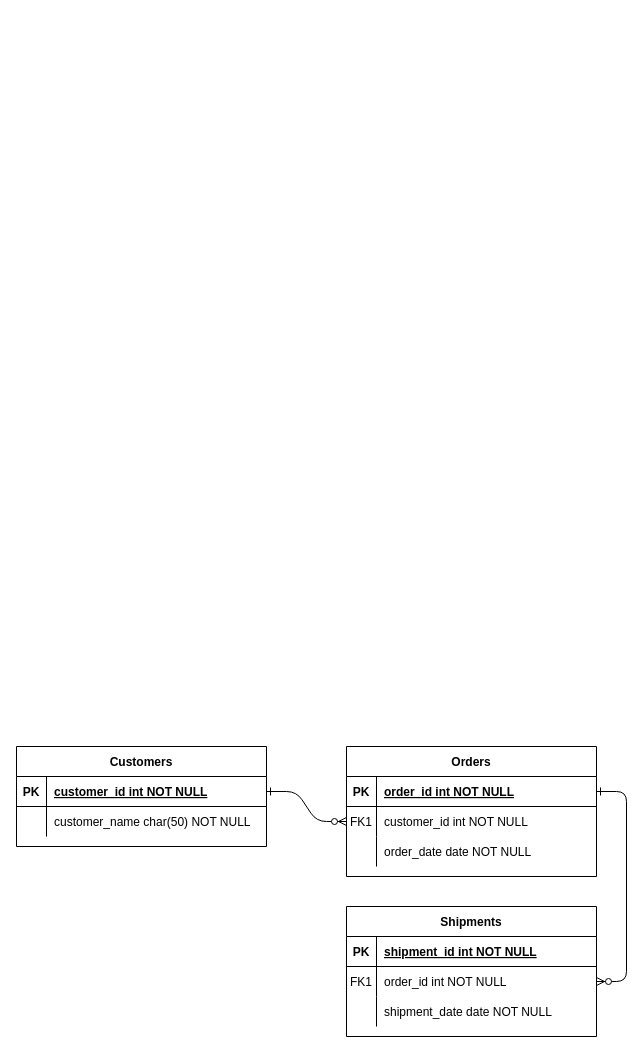
Earlier version of the draw.io diagram TraspasosSubalmacenes.drawio (ErnestoDanielTafoyaMolinaCYM/clases-cat-cym). Source tidied: cells renumbered, new cells numbered last; positions are measured from the earlier drawing's top-left corner, leaving out a move shared by most shapes. Both pictures are drawn from the tidied source at 100%, with x=0, y=0 at pixel (16, 746).
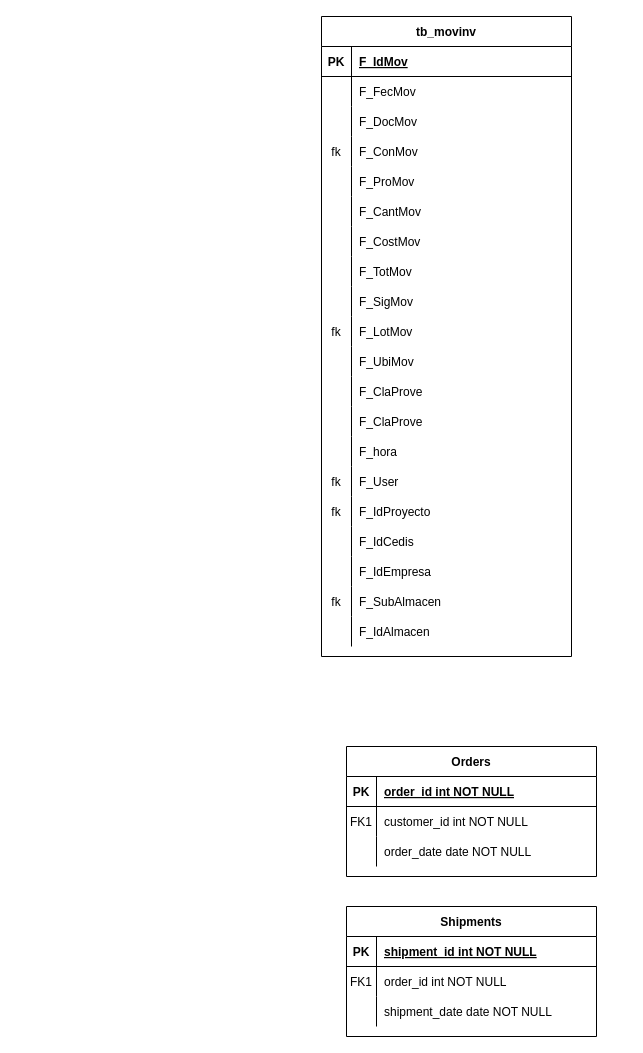
The same page after the edit.

The change refers to these unchanged cells:
```xml
<mxCell id="5" style="shape=partialRectangle;fillColor=none;points=[[0,0.5],[1,0.5]];portConstraint=eastwest;top=0;left=0;right=0;bottom=1;" parent="4" vertex="1">
  <mxGeometry y="30" width="250" height="30" as="geometry" />
</mxCell>
<mxCell id="8" style="shape=partialRectangle;fillColor=none;points=[[0,0.5],[1,0.5]];portConstraint=eastwest;top=0;left=0;right=0;bottom=0;" parent="4" vertex="1">
  <mxGeometry y="60" width="250" height="30" as="geometry" />
</mxCell>
<mxCell id="18" style="shape=partialRectangle;fillColor=none;points=[[0,0.5],[1,0.5]];portConstraint=eastwest;top=0;left=0;right=0;bottom=0;" parent="14" vertex="1">
  <mxGeometry y="60" width="250" height="30" as="geometry" />
</mxCell>
<mxCell id="25" style="shape=partialRectangle;fillColor=none;points=[[0,0.5],[1,0.5]];portConstraint=eastwest;top=0;left=0;right=0;bottom=1;" parent="24" vertex="1">
  <mxGeometry y="30" width="250" height="30" as="geometry" />
</mxCell>
<mxCell id="28" style="shape=partialRectangle;fillColor=none;top=0;left=0;right=0;bottom=0;" parent="24" vertex="1">
  <mxGeometry y="60" width="250" height="30" as="geometry" />
</mxCell>
```

The edit, as a diff of the source:
```diff
@@
-    <mxCell id="2" style="edgeStyle=entityRelationEdgeStyle;endArrow=ERzeroToMany;startArrow=ERone;endFill=1;startFill=0;" parent="1" edge="1" source="25" target="8">
-      <mxGeometry relative="1" as="geometry" />
-    </mxCell>
-    <mxCell id="3" style="edgeStyle=entityRelationEdgeStyle;endArrow=ERzeroToMany;startArrow=ERone;endFill=1;startFill=0;" parent="1" edge="1" source="5" target="18">
-      <mxGeometry relative="1" as="geometry" />
-    </mxCell>
@@
-    <mxCell id="24" value="Customers" style="shape=table;startSize=30;childLayout=tableLayout;rowLines=0;fontStyle=1;align=center;" parent="1" vertex="1">
-      <mxGeometry width="250" height="100" as="geometry" />
+    <mxCell id="24" value="tb_movinv" style="shape=table;startSize=30;childLayout=tableLayout;rowLines=0;fontStyle=1;align=center;" parent="1" vertex="1">
+      <mxGeometry x="305" y="-730" width="250" height="640" as="geometry" />
     </mxCell>
@@
-    <mxCell id="27" value="customer_id int NOT NULL " style="shape=partialRectangle;overflow=hidden;fillColor=none;top=0;left=0;bottom=0;right=0;align=left;spacingLeft=6;fontStyle=5;" parent="25" vertex="1">
+    <mxCell id="27" value="F_IdMov" style="shape=partialRectangle;overflow=hidden;fillColor=none;top=0;left=0;bottom=0;right=0;align=left;spacingLeft=6;fontStyle=5;" parent="25" vertex="1">
       <mxGeometry x="30" width="220" height="30" as="geometry" />
     </mxCell>
@@
-    <mxCell id="30" value="customer_name char(50) NOT NULL" style="shape=partialRectangle;overflow=hidden;fillColor=none;top=0;left=0;bottom=0;right=0;align=left;spacingLeft=6;" parent="28" vertex="1">
+    <mxCell id="30" value="F_FecMov" style="shape=partialRectangle;overflow=hidden;fillColor=none;top=0;left=0;bottom=0;right=0;align=left;spacingLeft=6;" parent="28" vertex="1">
       <mxGeometry x="30" width="220" height="30" as="geometry" />
     </mxCell>
+    <mxCell id="31" style="shape=partialRectangle;fillColor=none;top=0;left=0;right=0;bottom=0;" parent="24" vertex="1">
+      <mxGeometry y="90" width="250" height="30" as="geometry" />
+    </mxCell>
+    <mxCell id="32" style="shape=partialRectangle;overflow=hidden;fillColor=none;top=0;left=0;bottom=0;right=0;" parent="31" vertex="1">
+      <mxGeometry width="30" height="30" as="geometry" />
+    </mxCell>
+    <mxCell id="33" value="F_DocMov" style="shape=partialRectangle;overflow=hidden;fillColor=none;top=0;left=0;bottom=0;right=0;align=left;spacingLeft=6;" parent="31" vertex="1">
+      <mxGeometry x="30" width="220" height="30" as="geometry" />
+    </mxCell>
+    <mxCell id="34" style="shape=partialRectangle;fillColor=none;top=0;left=0;right=0;bottom=0;" parent="24" vertex="1">
+      <mxGeometry y="120" width="250" height="30" as="geometry" />
+    </mxCell>
+    <mxCell id="35" value="fk" style="shape=partialRectangle;overflow=hidden;fillColor=none;top=0;left=0;bottom=0;right=0;" parent="34" vertex="1">
+      <mxGeometry width="30" height="30" as="geometry" />
+    </mxCell>
+    <mxCell id="36" value="F_ConMov" style="shape=partialRectangle;overflow=hidden;fillColor=none;top=0;left=0;bottom=0;right=0;align=left;spacingLeft=6;" parent="34" vertex="1">
+      <mxGeometry x="30" width="220" height="30" as="geometry" />
+    </mxCell>
+    <mxCell id="37" style="shape=partialRectangle;fillColor=none;top=0;left=0;right=0;bottom=0;" parent="24" vertex="1">
+      <mxGeometry y="150" width="250" height="30" as="geometry" />
+    </mxCell>
+    <mxCell id="38" style="shape=partialRectangle;overflow=hidden;fillColor=none;top=0;left=0;bottom=0;right=0;" parent="37" vertex="1">
+      <mxGeometry width="30" height="30" as="geometry" />
+    </mxCell>
+    <mxCell id="39" value="F_ProMov" style="shape=partialRectangle;overflow=hidden;fillColor=none;top=0;left=0;bottom=0;right=0;align=left;spacingLeft=6;" parent="37" vertex="1">
+      <mxGeometry x="30" width="220" height="30" as="geometry" />
+    </mxCell>
+    <mxCell id="40" style="shape=partialRectangle;fillColor=none;top=0;left=0;right=0;bottom=0;" parent="24" vertex="1">
+      <mxGeometry y="180" width="250" height="30" as="geometry" />
+    </mxCell>
+    <mxCell id="41" style="shape=partialRectangle;overflow=hidden;fillColor=none;top=0;left=0;bottom=0;right=0;" parent="40" vertex="1">
+      <mxGeometry width="30" height="30" as="geometry" />
+    </mxCell>
+    <mxCell id="42" value="F_CantMov" style="shape=partialRectangle;overflow=hidden;fillColor=none;top=0;left=0;bottom=0;right=0;align=left;spacingLeft=6;" parent="40" vertex="1">
+      <mxGeometry x="30" width="220" height="30" as="geometry" />
+    </mxCell>
+    <mxCell id="43" style="shape=partialRectangle;fillColor=none;top=0;left=0;right=0;bottom=0;" parent="24" vertex="1">
+      <mxGeometry y="210" width="250" height="30" as="geometry" />
+    </mxCell>
+    <mxCell id="44" style="shape=partialRectangle;overflow=hidden;fillColor=none;top=0;left=0;bottom=0;right=0;" parent="43" vertex="1">
+      <mxGeometry width="30" height="30" as="geometry" />
+    </mxCell>
+    <mxCell id="45" value="F_CostMov" style="shape=partialRectangle;overflow=hidden;fillColor=none;top=0;left=0;bottom=0;right=0;align=left;spacingLeft=6;" parent="43" vertex="1">
+      <mxGeometry x="30" width="220" height="30" as="geometry" />
+    </mxCell>
+    <mxCell id="46" style="shape=partialRectangle;fillColor=none;top=0;left=0;right=0;bottom=0;" parent="24" vertex="1">
+      <mxGeometry y="240" width="250" height="30" as="geometry" />
+    </mxCell>
+    <mxCell id="47" style="shape=partialRectangle;overflow=hidden;fillColor=none;top=0;left=0;bottom=0;right=0;" parent="46" vertex="1">
+      <mxGeometry width="30" height="30" as="geometry" />
+    </mxCell>
+    <mxCell id="48" value="F_TotMov" style="shape=partialRectangle;overflow=hidden;fillColor=none;top=0;left=0;bottom=0;right=0;align=left;spacingLeft=6;" parent="46" vertex="1">
+      <mxGeometry x="30" width="220" height="30" as="geometry" />
+    </mxCell>
+    <mxCell id="49" style="shape=partialRectangle;fillColor=none;top=0;left=0;right=0;bottom=0;" parent="24" vertex="1">
+      <mxGeometry y="270" width="250" height="30" as="geometry" />
+    </mxCell>
+    <mxCell id="50" style="shape=partialRectangle;overflow=hidden;fillColor=none;top=0;left=0;bottom=0;right=0;" parent="49" vertex="1">
+      <mxGeometry width="30" height="30" as="geometry" />
+    </mxCell>
+    <mxCell id="51" value="F_SigMov" style="shape=partialRectangle;overflow=hidden;fillColor=none;top=0;left=0;bottom=0;right=0;align=left;spacingLeft=6;" parent="49" vertex="1">
+      <mxGeometry x="30" width="220" height="30" as="geometry" />
+    </mxCell>
+    <mxCell id="52" style="shape=partialRectangle;fillColor=none;top=0;left=0;right=0;bottom=0;" parent="24" vertex="1">
+      <mxGeometry y="300" width="250" height="30" as="geometry" />
+    </mxCell>
+    <mxCell id="53" value="fk" style="shape=partialRectangle;overflow=hidden;fillColor=none;top=0;left=0;bottom=0;right=0;" parent="52" vertex="1">
+      <mxGeometry width="30" height="30" as="geometry" />
+    </mxCell>
+    <mxCell id="54" value="F_LotMov" style="shape=partialRectangle;overflow=hidden;fillColor=none;top=0;left=0;bottom=0;right=0;align=left;spacingLeft=6;" parent="52" vertex="1">
+      <mxGeometry x="30" width="220" height="30" as="geometry" />
+    </mxCell>
+    <mxCell id="55" style="shape=partialRectangle;fillColor=none;top=0;left=0;right=0;bottom=0;" parent="24" vertex="1">
+      <mxGeometry y="330" width="250" height="30" as="geometry" />
+    </mxCell>
+    <mxCell id="56" style="shape=partialRectangle;overflow=hidden;fillColor=none;top=0;left=0;bottom=0;right=0;" parent="55" vertex="1">
+      <mxGeometry width="30" height="30" as="geometry" />
+    </mxCell>
+    <mxCell id="57" value="F_UbiMov" style="shape=partialRectangle;overflow=hidden;fillColor=none;top=0;left=0;bottom=0;right=0;align=left;spacingLeft=6;" parent="55" vertex="1">
+      <mxGeometry x="30" width="220" height="30" as="geometry" />
+    </mxCell>
+    <mxCell id="58" style="shape=partialRectangle;fillColor=none;top=0;left=0;right=0;bottom=0;" parent="24" vertex="1">
+      <mxGeometry y="360" width="250" height="30" as="geometry" />
+    </mxCell>
+    <mxCell id="59" style="shape=partialRectangle;overflow=hidden;fillColor=none;top=0;left=0;bottom=0;right=0;" parent="58" vertex="1">
+      <mxGeometry width="30" height="30" as="geometry" />
+    </mxCell>
+    <mxCell id="60" value="F_ClaProve" style="shape=partialRectangle;overflow=hidden;fillColor=none;top=0;left=0;bottom=0;right=0;align=left;spacingLeft=6;" parent="58" vertex="1">
+      <mxGeometry x="30" width="220" height="30" as="geometry" />
+    </mxCell>
+    <mxCell id="61" style="shape=partialRectangle;fillColor=none;top=0;left=0;right=0;bottom=0;" parent="24" vertex="1">
+      <mxGeometry y="390" width="250" height="30" as="geometry" />
+    </mxCell>
+    <mxCell id="62" style="shape=partialRectangle;overflow=hidden;fillColor=none;top=0;left=0;bottom=0;right=0;" parent="61" vertex="1">
+      <mxGeometry width="30" height="30" as="geometry" />
+    </mxCell>
+    <mxCell id="63" value="F_ClaProve" style="shape=partialRectangle;overflow=hidden;fillColor=none;top=0;left=0;bottom=0;right=0;align=left;spacingLeft=6;" parent="61" vertex="1">
+      <mxGeometry x="30" width="220" height="30" as="geometry" />
+    </mxCell>
+    <mxCell id="64" style="shape=partialRectangle;fillColor=none;top=0;left=0;right=0;bottom=0;" parent="24" vertex="1">
+      <mxGeometry y="420" width="250" height="30" as="geometry" />
+    </mxCell>
+    <mxCell id="65" style="shape=partialRectangle;overflow=hidden;fillColor=none;top=0;left=0;bottom=0;right=0;" parent="64" vertex="1">
+      <mxGeometry width="30" height="30" as="geometry" />
+    </mxCell>
+    <mxCell id="66" value="F_hora" style="shape=partialRectangle;overflow=hidden;fillColor=none;top=0;left=0;bottom=0;right=0;align=left;spacingLeft=6;" parent="64" vertex="1">
+      <mxGeometry x="30" width="220" height="30" as="geometry" />
+    </mxCell>
+    <mxCell id="67" style="shape=partialRectangle;fillColor=none;top=0;left=0;right=0;bottom=0;" parent="24" vertex="1">
+      <mxGeometry y="450" width="250" height="30" as="geometry" />
+    </mxCell>
+    <mxCell id="68" value="fk" style="shape=partialRectangle;overflow=hidden;fillColor=none;top=0;left=0;bottom=0;right=0;" parent="67" vertex="1">
+      <mxGeometry width="30" height="30" as="geometry" />
+    </mxCell>
+    <mxCell id="69" value="F_User" style="shape=partialRectangle;overflow=hidden;fillColor=none;top=0;left=0;bottom=0;right=0;align=left;spacingLeft=6;" parent="67" vertex="1">
+      <mxGeometry x="30" width="220" height="30" as="geometry" />
+    </mxCell>
+    <mxCell id="70" style="shape=partialRectangle;fillColor=none;top=0;left=0;right=0;bottom=0;" parent="24" vertex="1">
+      <mxGeometry y="480" width="250" height="30" as="geometry" />
+    </mxCell>
+    <mxCell id="71" value="fk" style="shape=partialRectangle;overflow=hidden;fillColor=none;top=0;left=0;bottom=0;right=0;" parent="70" vertex="1">
+      <mxGeometry width="30" height="30" as="geometry" />
+    </mxCell>
+    <mxCell id="72" value="F_IdProyecto" style="shape=partialRectangle;overflow=hidden;fillColor=none;top=0;left=0;bottom=0;right=0;align=left;spacingLeft=6;" parent="70" vertex="1">
+      <mxGeometry x="30" width="220" height="30" as="geometry" />
+    </mxCell>
+    <mxCell id="73" style="shape=partialRectangle;fillColor=none;top=0;left=0;right=0;bottom=0;" parent="24" vertex="1">
+      <mxGeometry y="510" width="250" height="30" as="geometry" />
+    </mxCell>
+    <mxCell id="74" style="shape=partialRectangle;overflow=hidden;fillColor=none;top=0;left=0;bottom=0;right=0;" parent="73" vertex="1">
+      <mxGeometry width="30" height="30" as="geometry" />
+    </mxCell>
+    <mxCell id="75" value="F_IdCedis" style="shape=partialRectangle;overflow=hidden;fillColor=none;top=0;left=0;bottom=0;right=0;align=left;spacingLeft=6;" parent="73" vertex="1">
+      <mxGeometry x="30" width="220" height="30" as="geometry" />
+    </mxCell>
+    <mxCell id="76" style="shape=partialRectangle;fillColor=none;top=0;left=0;right=0;bottom=0;" parent="24" vertex="1">
+      <mxGeometry y="540" width="250" height="30" as="geometry" />
+    </mxCell>
+    <mxCell id="77" style="shape=partialRectangle;overflow=hidden;fillColor=none;top=0;left=0;bottom=0;right=0;" parent="76" vertex="1">
+      <mxGeometry width="30" height="30" as="geometry" />
+    </mxCell>
+    <mxCell id="78" value="F_IdEmpresa" style="shape=partialRectangle;overflow=hidden;fillColor=none;top=0;left=0;bottom=0;right=0;align=left;spacingLeft=6;" parent="76" vertex="1">
+      <mxGeometry x="30" width="220" height="30" as="geometry" />
+    </mxCell>
+    <mxCell id="79" style="shape=partialRectangle;fillColor=light-dark(transparent,#F19C99);top=0;left=0;right=0;bottom=0;" parent="24" vertex="1">
+      <mxGeometry y="570" width="250" height="30" as="geometry" />
+    </mxCell>
+    <mxCell id="80" value="fk" style="shape=partialRectangle;overflow=hidden;fillColor=none;top=0;left=0;bottom=0;right=0;" parent="79" vertex="1">
+      <mxGeometry width="30" height="30" as="geometry" />
+    </mxCell>
+    <mxCell id="81" value="F_SubAlmacen" style="shape=partialRectangle;overflow=hidden;fillColor=none;top=0;left=0;bottom=0;right=0;align=left;spacingLeft=6;" parent="79" vertex="1">
+      <mxGeometry x="30" width="220" height="30" as="geometry" />
+    </mxCell>
+    <mxCell id="82" style="shape=partialRectangle;fillColor=none;top=0;left=0;right=0;bottom=0;" parent="24" vertex="1">
+      <mxGeometry y="600" width="250" height="30" as="geometry" />
+    </mxCell>
+    <mxCell id="83" style="shape=partialRectangle;overflow=hidden;fillColor=none;top=0;left=0;bottom=0;right=0;" parent="82" vertex="1">
+      <mxGeometry width="30" height="30" as="geometry" />
+    </mxCell>
+    <mxCell id="84" value="F_IdAlmacen" style="shape=partialRectangle;overflow=hidden;fillColor=none;top=0;left=0;bottom=0;right=0;align=left;spacingLeft=6;" parent="82" vertex="1">
+      <mxGeometry x="30" width="220" height="30" as="geometry" />
+    </mxCell>
```
